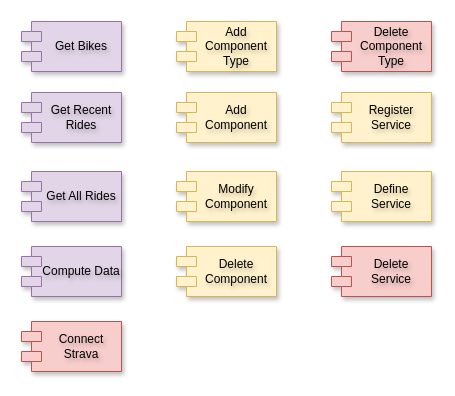
This is page "Modules" (2 of 5) of docs/all_diagrams.drawio from xivind/velo-supervisor-2000, a draw.io file, before an edit. Source tidied: cells renumbered, new cells numbered last; positions are measured from the earlier drawing's top-left corner, leaving out a move shared by most shapes. Both pictures are drawn from the tidied source at 100%, with x=0, y=0 at pixel (21, 21).
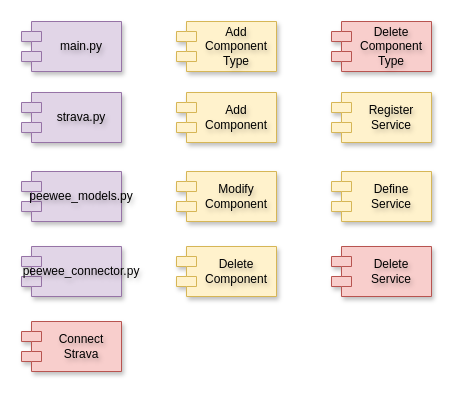
After the change.

The edit, as a diff of the source:
```diff
@@
 <mxGraphModel>
   <root>
     <mxCell id="0" />
     <mxCell id="1" parent="0" />
     <mxCell id="2" style="ellipse;whiteSpace=wrap;html=1;align=center;fillColor=none;strokeColor=none;perimeter=centerPerimeter;textShadow=1;" parent="1" vertex="1">
       <mxGeometry x="110" y="60" width="10" height="10" as="geometry" />
     </mxCell>
-    <mxCell id="3" value="Get Bikes" style="shape=module;align=left;spacingLeft=20;align=center;verticalAlign=middle;whiteSpace=wrap;html=1;fillColor=#e1d5e7;strokeColor=#9673a6;textShadow=1;shadow=1;" parent="1" vertex="1">
+    <mxCell id="3" value="main.py" style="shape=module;align=left;spacingLeft=20;align=center;verticalAlign=middle;whiteSpace=wrap;html=1;fillColor=#e1d5e7;strokeColor=#9673a6;textShadow=1;shadow=1;" parent="1" vertex="1">
       <mxGeometry width="100" height="50" as="geometry" />
     </mxCell>
     <mxCell id="4" value="Add Component Type" style="shape=module;align=left;spacingLeft=20;align=center;verticalAlign=middle;whiteSpace=wrap;html=1;fillColor=#fff2cc;strokeColor=#d6b656;textShadow=1;shadow=1;" parent="1" vertex="1">
       <mxGeometry x="155" width="100" height="50" as="geometry" />
     </mxCell>
     <mxCell id="5" value="Define Service" style="shape=module;align=left;spacingLeft=20;align=center;verticalAlign=middle;whiteSpace=wrap;html=1;fillColor=#fff2cc;strokeColor=#d6b656;textShadow=1;shadow=1;" parent="1" vertex="1">
       <mxGeometry x="310" y="150" width="100" height="50" as="geometry" />
     </mxCell>
-    <mxCell id="6" value="Get Recent Rides" style="shape=module;align=left;spacingLeft=20;align=center;verticalAlign=middle;whiteSpace=wrap;html=1;fillColor=#e1d5e7;strokeColor=#9673a6;textShadow=1;shadow=1;" parent="1" vertex="1">
+    <mxCell id="6" value="strava.py" style="shape=module;align=left;spacingLeft=20;align=center;verticalAlign=middle;whiteSpace=wrap;html=1;fillColor=#e1d5e7;strokeColor=#9673a6;textShadow=1;shadow=1;" parent="1" vertex="1">
       <mxGeometry y="71" width="100" height="50" as="geometry" />
     </mxCell>
     <mxCell id="7" value="Add Component" style="shape=module;align=left;spacingLeft=20;align=center;verticalAlign=middle;whiteSpace=wrap;html=1;fillColor=#fff2cc;strokeColor=#d6b656;textShadow=1;shadow=1;" parent="1" vertex="1">
       <mxGeometry x="155" y="71" width="100" height="50" as="geometry" />
     </mxCell>
     <mxCell id="8" value="Register Service" style="shape=module;align=left;spacingLeft=20;align=center;verticalAlign=middle;whiteSpace=wrap;html=1;fillColor=#fff2cc;strokeColor=#d6b656;textShadow=1;shadow=1;" parent="1" vertex="1">
       <mxGeometry x="310" y="71" width="100" height="50" as="geometry" />
     </mxCell>
-    <mxCell id="9" value="Get All Rides" style="shape=module;align=left;spacingLeft=20;align=center;verticalAlign=middle;whiteSpace=wrap;html=1;fillColor=#e1d5e7;strokeColor=#9673a6;textShadow=1;shadow=1;" parent="1" vertex="1">
+    <mxCell id="9" value="peewee_models.py" style="shape=module;align=left;spacingLeft=20;align=center;verticalAlign=middle;whiteSpace=wrap;html=1;fillColor=#e1d5e7;strokeColor=#9673a6;textShadow=1;shadow=1;" parent="1" vertex="1">
       <mxGeometry y="150" width="100" height="50" as="geometry" />
     </mxCell>
     <mxCell id="10" value="Modify Component" style="shape=module;align=left;spacingLeft=20;align=center;verticalAlign=middle;whiteSpace=wrap;html=1;fillColor=#fff2cc;strokeColor=#d6b656;textShadow=1;shadow=1;" parent="1" vertex="1">
       <mxGeometry x="155" y="150" width="100" height="50" as="geometry" />
     </mxCell>
     <mxCell id="11" value="Delete Component" style="shape=module;align=left;spacingLeft=20;align=center;verticalAlign=middle;whiteSpace=wrap;html=1;fillColor=#fff2cc;strokeColor=#d6b656;textShadow=1;shadow=1;" parent="1" vertex="1">
       <mxGeometry x="155" y="225" width="100" height="50" as="geometry" />
     </mxCell>
-    <mxCell id="12" value="Compute Data" style="shape=module;align=left;spacingLeft=20;align=center;verticalAlign=middle;whiteSpace=wrap;html=1;fillColor=#e1d5e7;strokeColor=#9673a6;textShadow=1;shadow=1;" parent="1" vertex="1">
+    <mxCell id="12" value="peewee_connector.py" style="shape=module;align=left;spacingLeft=20;align=center;verticalAlign=middle;whiteSpace=wrap;html=1;fillColor=#e1d5e7;strokeColor=#9673a6;textShadow=1;shadow=1;" parent="1" vertex="1">
       <mxGeometry y="225" width="100" height="50" as="geometry" />
     </mxCell>
     <mxCell id="13" value="Delete Component Type" style="shape=module;align=left;spacingLeft=20;align=center;verticalAlign=middle;whiteSpace=wrap;html=1;fillColor=#f8cecc;strokeColor=#b85450;textShadow=1;shadow=1;" parent="1" vertex="1">
       <mxGeometry x="310" width="100" height="50" as="geometry" />
     </mxCell>
     <mxCell id="14" value="Delete Service" style="shape=module;align=left;spacingLeft=20;align=center;verticalAlign=middle;whiteSpace=wrap;html=1;fillColor=#f8cecc;strokeColor=#b85450;textShadow=1;shadow=1;" parent="1" vertex="1">
       <mxGeometry x="310" y="225" width="100" height="50" as="geometry" />
     </mxCell>
     <mxCell id="15" value="Connect Strava" style="shape=module;align=left;spacingLeft=20;align=center;verticalAlign=middle;whiteSpace=wrap;html=1;fillColor=#f8cecc;strokeColor=#b85450;textShadow=1;shadow=1;" parent="1" vertex="1">
       <mxGeometry y="300" width="100" height="50" as="geometry" />
     </mxCell>
   </root>
 </mxGraphModel>
```
